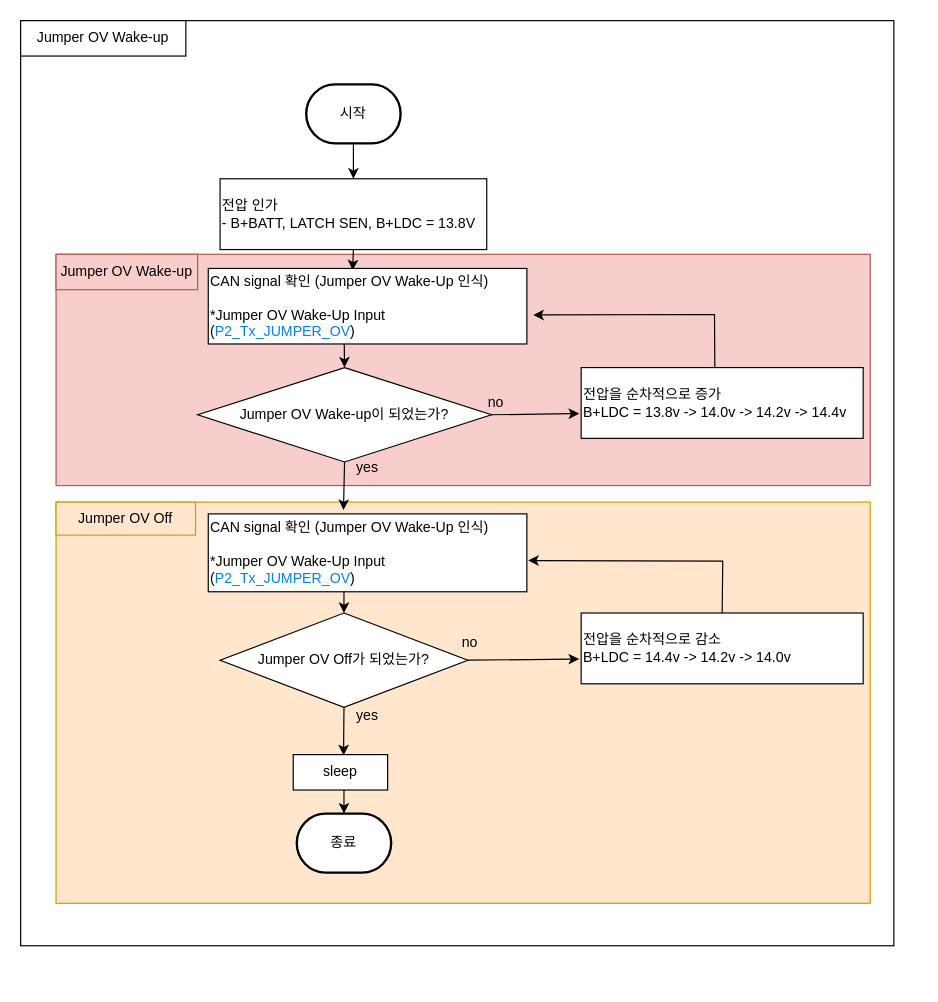
This is jump ov wakeup.drawio from chaeyoonl/state-transition-diagram-test, a draw.io file, before an edit. Source tidied: cells renumbered, new cells numbered last; positions are measured from the earlier drawing's top-left corner, leaving out a move shared by most shapes. Both pictures are drawn from the tidied source at 118%, with x=0, y=0 at pixel (20, 20).
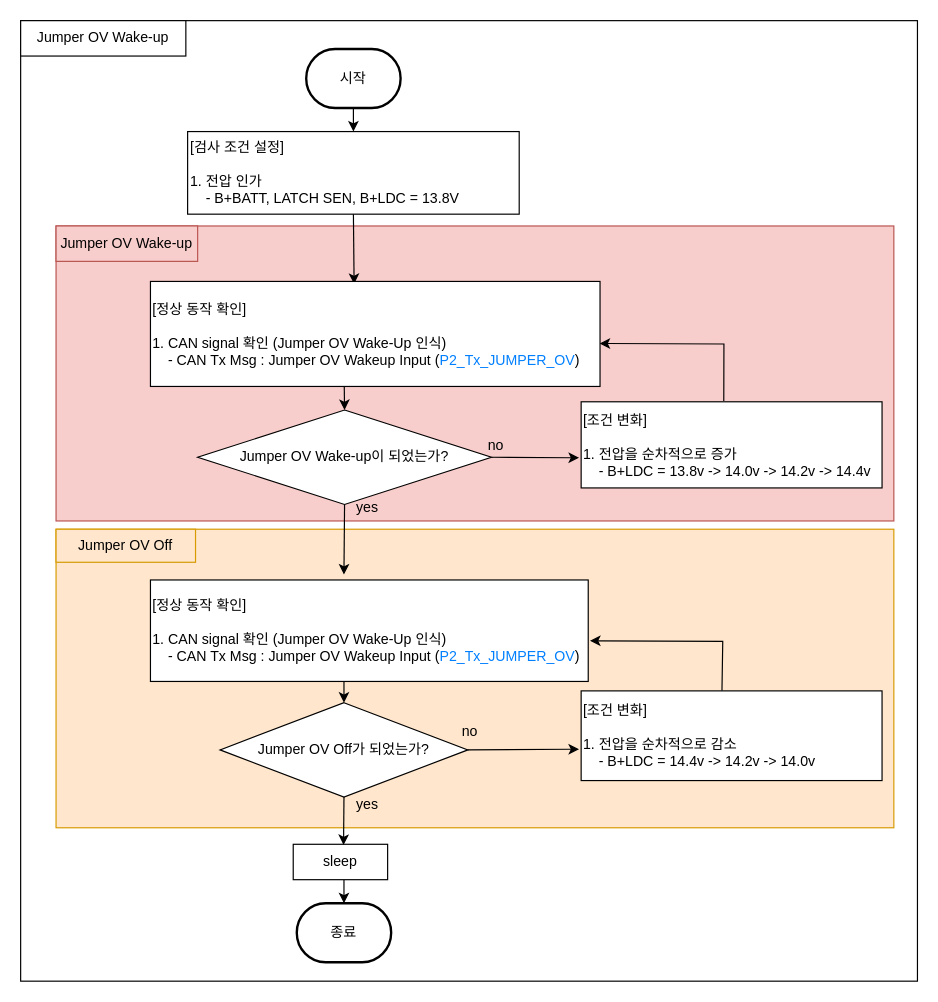
After the change.

Diff of the diagram source:
```diff
@@
     <mxCell id="2" style="rounded=0;whiteSpace=wrap;html=1;" parent="1" vertex="1">
-      <mxGeometry width="740" height="784" as="geometry" />
+      <mxGeometry width="760" height="814" as="geometry" />
     </mxCell>
@@
     <mxCell id="4" style="rounded=0;whiteSpace=wrap;html=1;fillColor=#f8cecc;strokeColor=#b85450;" parent="1" vertex="1">
-      <mxGeometry x="30" y="198" width="690" height="196" as="geometry" />
+      <mxGeometry x="30" y="174" width="710" height="250" as="geometry" />
     </mxCell>
     <mxCell id="5" value="&lt;span style=&quot;color: rgb(0, 0, 0); font-family: Helvetica; font-size: 12px; font-style: normal; font-variant-ligatures: normal; font-variant-caps: normal; font-weight: 400; letter-spacing: normal; orphans: 2; text-align: center; text-indent: 0px; text-transform: none; widows: 2; word-spacing: 0px; -webkit-text-stroke-width: 0px; text-decoration-thickness: initial; text-decoration-style: initial; text-decoration-color: initial; float: none; display: inline !important;&quot;&gt;Jumper OV Wake-up&lt;br&gt;&lt;/span&gt;" style="rounded=0;whiteSpace=wrap;html=1;fillColor=#f8cecc;strokeColor=#b85450;fillStyle=solid;labelBackgroundColor=none;" parent="1" vertex="1">
-      <mxGeometry x="30" y="198" width="120" height="30" as="geometry" />
+      <mxGeometry x="30" y="174" width="120" height="30" as="geometry" />
     </mxCell>
     <mxCell id="6" style="rounded=0;whiteSpace=wrap;html=1;fillColor=#ffe6cc;strokeColor=#d79b00;" parent="1" vertex="1">
-      <mxGeometry x="30" y="408" width="690" height="340" as="geometry" />
+      <mxGeometry x="30" y="431" width="710" height="253" as="geometry" />
     </mxCell>
     <mxCell id="7" value="&lt;span style=&quot;color: rgb(0, 0, 0); font-family: Helvetica; font-size: 12px; font-style: normal; font-variant-ligatures: normal; font-variant-caps: normal; font-weight: 400; letter-spacing: normal; orphans: 2; text-align: center; text-indent: 0px; text-transform: none; widows: 2; word-spacing: 0px; -webkit-text-stroke-width: 0px; text-decoration-thickness: initial; text-decoration-style: initial; text-decoration-color: initial; float: none; display: inline !important;&quot;&gt;Jumper OV Off&lt;br&gt;&lt;/span&gt;" style="rounded=0;whiteSpace=wrap;html=1;fillColor=#ffe6cc;strokeColor=#d79b00;labelBackgroundColor=none;" parent="1" vertex="1">
-      <mxGeometry x="30" y="408" width="118.2" height="28" as="geometry" />
+      <mxGeometry x="30" y="431" width="118.2" height="28" as="geometry" />
     </mxCell>
     <mxCell id="8" value="시작" style="strokeWidth=2;html=1;shape=mxgraph.flowchart.terminator;whiteSpace=wrap;" parent="1" vertex="1">
-      <mxGeometry x="242" y="54" width="80" height="50" as="geometry" />
+      <mxGeometry x="242" y="24" width="80" height="50" as="geometry" />
     </mxCell>
-    <mxCell id="9" value="전압 인가&lt;br&gt;- B+BATT, LATCH SEN, B+LDC = 13.8V" style="rounded=0;whiteSpace=wrap;html=1;align=left;" parent="1" vertex="1">
-      <mxGeometry x="169" y="134" width="226" height="60" as="geometry" />
+    <mxCell id="9" value="[검사 조건 설정]&lt;br&gt;&lt;br&gt;1. 전압 인가&lt;br&gt;&amp;nbsp; &amp;nbsp; - B+BATT, LATCH SEN, B+LDC = 13.8V" style="rounded=0;whiteSpace=wrap;html=1;align=left;" parent="1" vertex="1">
+      <mxGeometry x="141.5" y="94" width="281" height="70" as="geometry" />
     </mxCell>
     <mxCell id="10" value="Jumper OV Wake-up이 되었는가?" style="rhombus;whiteSpace=wrap;html=1;" parent="1" vertex="1">
-      <mxGeometry x="150" y="294" width="249" height="80" as="geometry" />
+      <mxGeometry x="150" y="330" width="249" height="80" as="geometry" />
     </mxCell>
     <mxCell id="11" style="endArrow=classic;html=1;rounded=0;exitX=0.5;exitY=1;exitDx=0;exitDy=0;entryX=0.5;entryY=0;entryDx=0;entryDy=0;" parent="1" edge="1" target="10">
       <mxGeometry relative="1" as="geometry">
-        <mxPoint x="274" y="254" as="sourcePoint" />
+        <mxPoint x="274" y="290" as="sourcePoint" />
       </mxGeometry>
     </mxCell>
@@
-    <mxCell id="13" value="전압을 순차적으로 증가&lt;br&gt;B+LDC = 13.8v -&amp;gt; 14.0v -&amp;gt; 14.2v -&amp;gt; 14.4v" style="rounded=0;whiteSpace=wrap;html=1;align=left;" parent="1" vertex="1">
-      <mxGeometry x="475" y="294" width="239" height="60" as="geometry" />
+    <mxCell id="13" value="[조건 변화]&lt;br&gt;&lt;br&gt;1. 전압을 순차적으로 증가&lt;br&gt;&amp;nbsp; &amp;nbsp; - B+LDC = 13.8v -&amp;gt; 14.0v -&amp;gt; 14.2v -&amp;gt; 14.4v" style="rounded=0;whiteSpace=wrap;html=1;align=left;" parent="1" vertex="1">
+      <mxGeometry x="475" y="323" width="255" height="73" as="geometry" />
     </mxCell>
@@
-    <mxCell id="15" style="endArrow=classic;html=1;rounded=0;exitX=0.5;exitY=1;exitDx=0;exitDy=0;entryX=0.533;entryY=0.022;entryDx=0;entryDy=0;entryPerimeter=0;" parent="1" edge="1" source="10">
-      <mxGeometry relative="1" as="geometry">
-        <mxPoint x="273.6" y="414.7" as="targetPoint" />
-      </mxGeometry>
+    <mxCell id="15" style="endArrow=classic;html=1;rounded=0;exitX=0.5;exitY=1;exitDx=0;exitDy=0;entryX=0.442;entryY=-0.053;entryDx=0;entryDy=0;entryPerimeter=0;" parent="1" edge="1" source="10" target="32">
+      <mxGeometry relative="1" as="geometry" />
     </mxCell>
     <mxCell id="16" value="yes" style="text;html=1;strokeColor=none;fillColor=none;align=center;verticalAlign=middle;whiteSpace=wrap;rounded=0;" parent="1" vertex="1">
-      <mxGeometry x="264" y="364" width="60" height="30" as="geometry" />
+      <mxGeometry x="264" y="398" width="60" height="30" as="geometry" />
     </mxCell>
     <mxCell id="17" value="no" style="text;html=1;strokeColor=none;fillColor=none;align=center;verticalAlign=middle;whiteSpace=wrap;rounded=0;" parent="1" vertex="1">
-      <mxGeometry x="373" y="309" width="60" height="30" as="geometry" />
+      <mxGeometry x="373" y="345" width="60" height="30" as="geometry" />
     </mxCell>
-    <mxCell id="18" style="endArrow=classic;html=1;rounded=0;exitX=0.474;exitY=-0.009;exitDx=0;exitDy=0;entryX=1.02;entryY=0.616;entryDx=0;entryDy=0;entryPerimeter=0;exitPerimeter=0;" parent="1" edge="1" source="13" target="20">
+    <mxCell id="18" style="endArrow=classic;html=1;rounded=0;exitX=0.474;exitY=-0.009;exitDx=0;exitDy=0;entryX=0.999;entryY=0.591;entryDx=0;entryDy=0;entryPerimeter=0;exitPerimeter=0;" parent="1" edge="1" source="13" target="20">
       <mxGeometry relative="1" as="geometry">
         <Array as="points">
-          <mxPoint x="588" y="249" />
+          <mxPoint x="596" y="274" />
         </Array>
       </mxGeometry>
     </mxCell>
@@
-    <mxCell id="20" value="CAN signal 확인 (Jumper OV Wake-Up&amp;nbsp;인식)&lt;br&gt;&lt;br&gt;*Jumper OV Wake-Up&amp;nbsp;Input&amp;nbsp;&lt;br&gt;(&lt;font color=&quot;#007fff&quot;&gt;P2_Tx_JUMPER_OV&lt;/font&gt;)" style="rounded=0;whiteSpace=wrap;html=1;align=left;" parent="1" vertex="1">
-      <mxGeometry x="159" y="210" width="270" height="64" as="geometry" />
+    <mxCell id="20" value="[정상 동작 확인]&lt;br&gt;&lt;br&gt;1. CAN signal 확인 (Jumper OV Wake-Up&amp;nbsp;인식)&lt;br&gt;&amp;nbsp; &amp;nbsp; - CAN Tx Msg :&amp;nbsp;Jumper OV Wakeup&amp;nbsp;Input&amp;nbsp;(&lt;font color=&quot;#007fff&quot;&gt;P2_Tx_JUMPER_OV&lt;/font&gt;)" style="rounded=0;whiteSpace=wrap;html=1;align=left;" parent="1" vertex="1">
+      <mxGeometry x="110" y="221" width="381" height="89" as="geometry" />
     </mxCell>
     <mxCell id="21" value="종료" style="strokeWidth=2;html=1;shape=mxgraph.flowchart.terminator;whiteSpace=wrap;" parent="1" vertex="1">
-      <mxGeometry x="234" y="672" width="80" height="50" as="geometry" />
+      <mxGeometry x="234" y="748" width="80" height="50" as="geometry" />
     </mxCell>
     <mxCell id="22" value="Jumper OV Off가 되었는가?" style="rhombus;whiteSpace=wrap;html=1;" parent="1" vertex="1">
-      <mxGeometry x="169" y="502" width="210" height="80" as="geometry" />
+      <mxGeometry x="169" y="578" width="210" height="80" as="geometry" />
     </mxCell>
     <mxCell id="23" style="endArrow=classic;html=1;rounded=0;exitX=0.5;exitY=1;exitDx=0;exitDy=0;entryX=0.5;entryY=0;entryDx=0;entryDy=0;" parent="1" edge="1" target="22">
       <mxGeometry relative="1" as="geometry">
-        <mxPoint x="274" y="462" as="sourcePoint" />
+        <mxPoint x="274" y="538" as="sourcePoint" />
       </mxGeometry>
     </mxCell>
     <mxCell id="24" style="endArrow=classic;html=1;rounded=0;exitX=0.5;exitY=1;exitDx=0;exitDy=0;entryX=0.5;entryY=0;entryDx=0;entryDy=0;entryPerimeter=0;" parent="1" edge="1" target="21">
       <mxGeometry relative="1" as="geometry">
-        <mxPoint x="274" y="652" as="sourcePoint" />
+        <mxPoint x="274" y="728" as="sourcePoint" />
       </mxGeometry>
     </mxCell>
-    <mxCell id="25" value="전압을 순차적으로 감소&lt;br style=&quot;border-color: var(--border-color);&quot;&gt;B+LDC = 14.4v -&amp;gt; 14.2v -&amp;gt; 14.0v" style="rounded=0;whiteSpace=wrap;html=1;align=left;" parent="1" vertex="1">
-      <mxGeometry x="475" y="502" width="239" height="60" as="geometry" />
+    <mxCell id="25" value="[조건 변화]&lt;br&gt;&lt;br&gt;1. 전압을 순차적으로 감소&lt;br style=&quot;border-color: var(--border-color);&quot;&gt;&amp;nbsp; &amp;nbsp; - B+LDC = 14.4v -&amp;gt; 14.2v -&amp;gt; 14.0v" style="rounded=0;whiteSpace=wrap;html=1;align=left;" parent="1" vertex="1">
+      <mxGeometry x="475" y="568" width="255" height="76" as="geometry" />
     </mxCell>
@@
     <mxCell id="27" value="sleep" style="rounded=0;whiteSpace=wrap;html=1;align=center;" parent="1" vertex="1">
-      <mxGeometry x="231" y="622" width="80" height="30" as="geometry" />
+      <mxGeometry x="231" y="698" width="80" height="30" as="geometry" />
     </mxCell>
@@
     <mxCell id="29" value="yes" style="text;html=1;strokeColor=none;fillColor=none;align=center;verticalAlign=middle;whiteSpace=wrap;rounded=0;" parent="1" vertex="1">
-      <mxGeometry x="264" y="574" width="60" height="30" as="geometry" />
+      <mxGeometry x="264" y="650" width="60" height="30" as="geometry" />
     </mxCell>
     <mxCell id="30" value="no" style="text;html=1;strokeColor=none;fillColor=none;align=center;verticalAlign=middle;whiteSpace=wrap;rounded=0;" parent="1" vertex="1">
-      <mxGeometry x="351" y="512" width="60" height="30" as="geometry" />
+      <mxGeometry x="351" y="588" width="60" height="30" as="geometry" />
     </mxCell>
-    <mxCell id="31" style="endArrow=classic;html=1;rounded=0;exitX=0.5;exitY=0;exitDx=0;exitDy=0;entryX=1.004;entryY=0.599;entryDx=0;entryDy=0;entryPerimeter=0;" parent="1" edge="1" source="25" target="32">
+    <mxCell id="31" style="endArrow=classic;html=1;rounded=0;exitX=0.468;exitY=-0.003;exitDx=0;exitDy=0;entryX=1.004;entryY=0.599;entryDx=0;entryDy=0;entryPerimeter=0;exitPerimeter=0;" parent="1" edge="1" source="25" target="32">
       <mxGeometry relative="1" as="geometry">
         <Array as="points">
-          <mxPoint x="595" y="458" />
+          <mxPoint x="595" y="526" />
         </Array>
       </mxGeometry>
     </mxCell>
-    <mxCell id="32" value="CAN signal 확인 (Jumper OV Wake-Up&amp;nbsp;인식)&lt;br style=&quot;border-color: var(--border-color);&quot;&gt;&lt;br style=&quot;border-color: var(--border-color);&quot;&gt;*Jumper OV Wake-Up&amp;nbsp;Input&amp;nbsp;&lt;br style=&quot;border-color: var(--border-color);&quot;&gt;(&lt;font style=&quot;border-color: var(--border-color);&quot; color=&quot;#007fff&quot;&gt;P2_Tx_JUMPER_OV&lt;/font&gt;)" style="rounded=0;whiteSpace=wrap;html=1;align=left;" parent="1" vertex="1">
-      <mxGeometry x="159" y="418" width="270" height="66" as="geometry" />
+    <mxCell id="32" value="[정상 동작 확인]&lt;br&gt;&lt;br&gt;1. CAN signal 확인 (Jumper OV Wake-Up&amp;nbsp;인식)&lt;br style=&quot;border-color: var(--border-color);&quot;&gt;&amp;nbsp; &amp;nbsp; - CAN Tx Msg :&amp;nbsp;Jumper OV Wakeup&amp;nbsp;Input&amp;nbsp;(&lt;font style=&quot;border-color: var(--border-color);&quot; color=&quot;#007fff&quot;&gt;P2_Tx_JUMPER_OV&lt;/font&gt;)" style="rounded=0;whiteSpace=wrap;html=1;align=left;" parent="1" vertex="1">
+      <mxGeometry x="110" y="474" width="371" height="86" as="geometry" />
     </mxCell>
```
